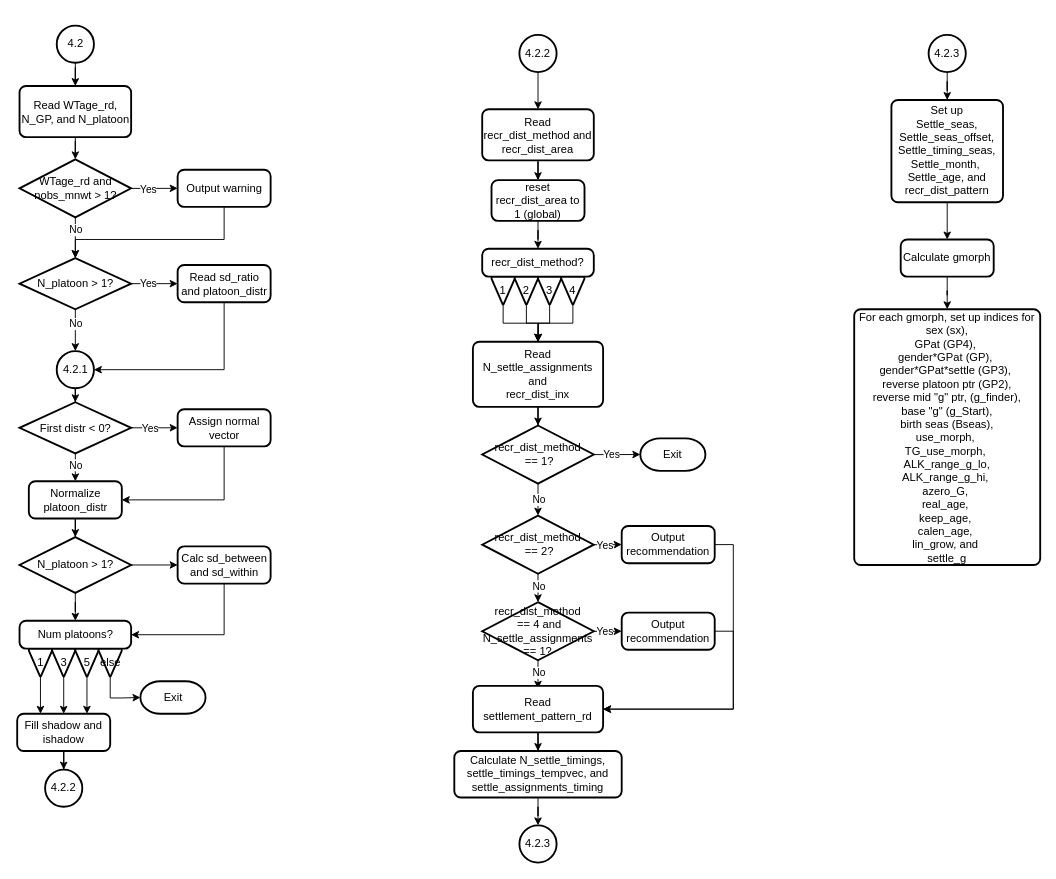
The draw.io diagram readControl_4-2.drawio in nmfs-ost/ss3-flowcharts, before the edit. Source tidied: cells renumbered, new cells numbered last; positions are measured from the earlier drawing's top-left corner, leaving out a move shared by most shapes. Both pictures are drawn from the tidied source at 93%, with x=0, y=0 at pixel (17, 25).
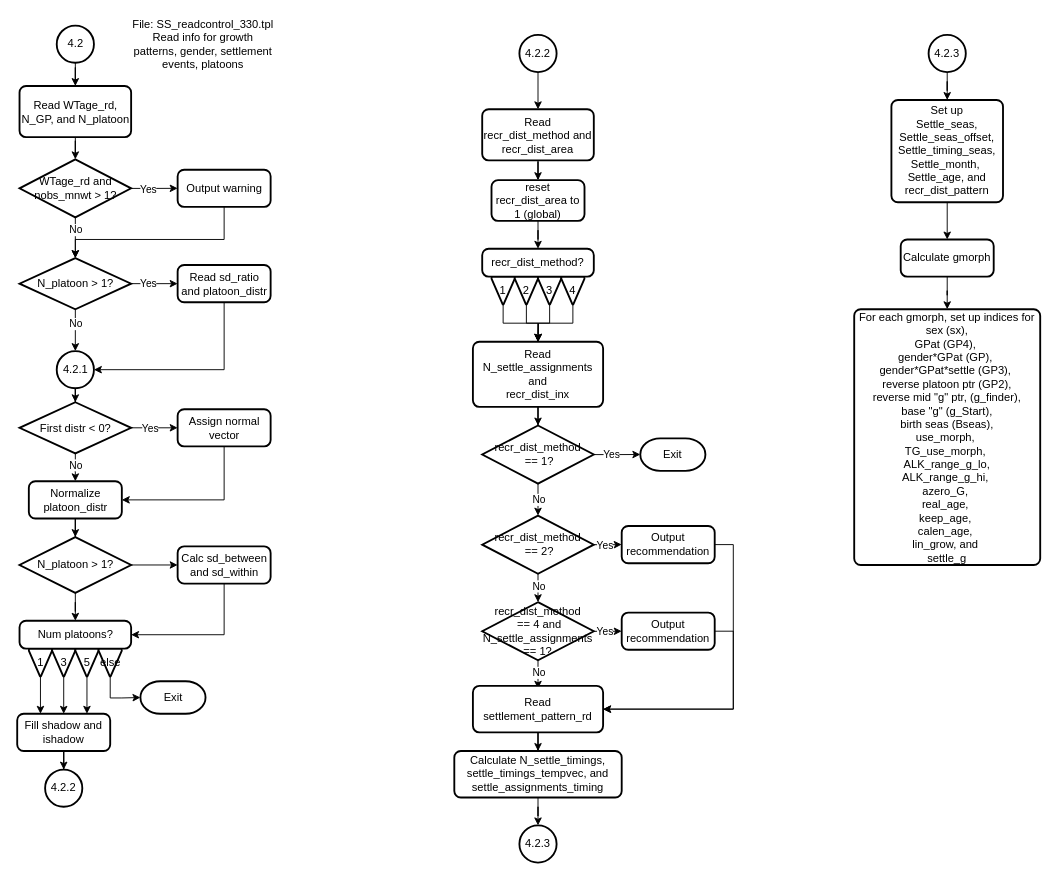
The same page after the edit.

Diff of the diagram source:
```diff
@@
+    <mxCell id="102" value="File: SS_readcontrol_330.tpl&lt;br&gt;Read info for growth patterns, gender, settlement events, platoons" style="text;html=1;strokeColor=none;fillColor=none;align=center;verticalAlign=middle;whiteSpace=wrap;rounded=0;" parent="1" vertex="1">
+      <mxGeometry x="120" y="-10" width="160" height="60" as="geometry" />
+    </mxCell>
```
